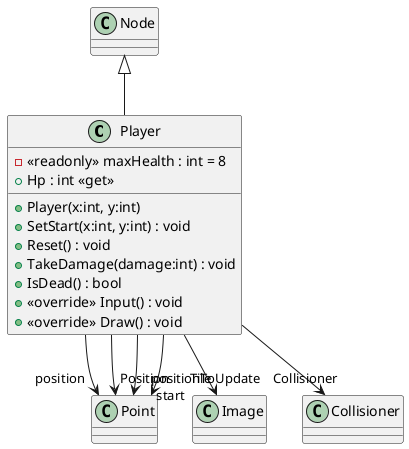
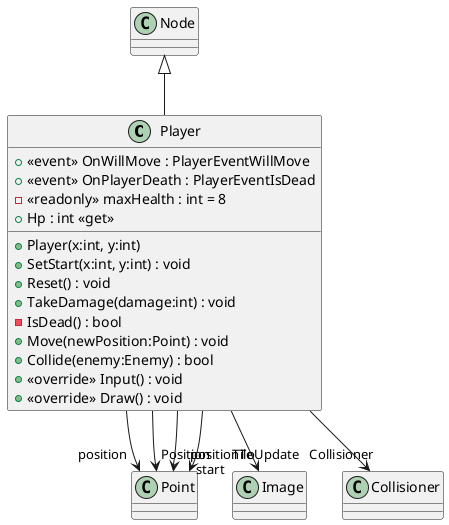
@startuml
class Player {
+     +  <<event>> OnWillMove : PlayerEventWillMove
+     +  <<event>> OnPlayerDeath : PlayerEventIsDead
    - <<readonly>> maxHealth : int = 8
    + Hp : int <<get>>
    + Player(x:int, y:int)
    + SetStart(x:int, y:int) : void
    + Reset() : void
    + TakeDamage(damage:int) : void
-     + IsDead() : bool
+     - IsDead() : bool
+     + Move(newPosition:Point) : void
+     + Collide(enemy:Enemy) : bool
    + <<override>> Input() : void
    + <<override>> Draw() : void
}
Node <|-- Player
Player --> "position" Point
Player --> "Position" Point
Player --> "positionToUpdate" Point
Player --> "start" Point
Player --> "Tile" Image
Player --> "Collisioner" Collisioner
@enduml
